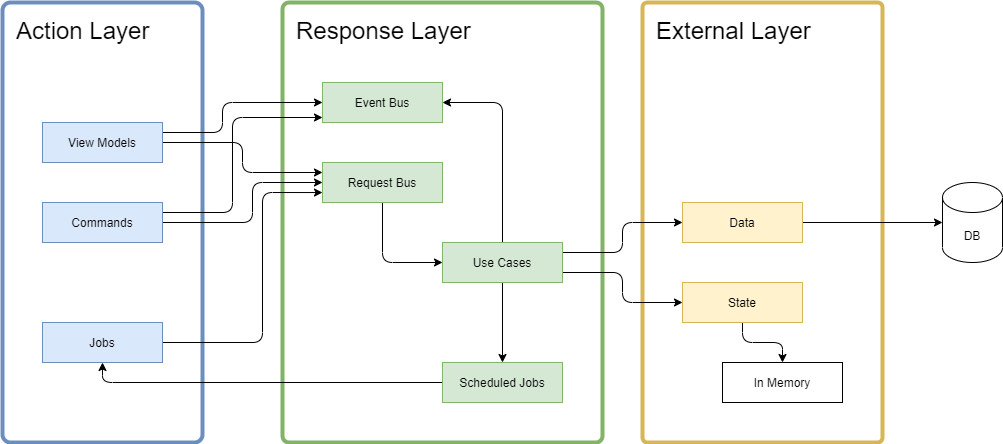
Before: documents/design.drawio.png, a diagram exported from draw.io (lastunicorn/active-time). Source tidied: cells renumbered, new cells last; positions are measured from the earlier drawing's top-left corner, leaving out a move shared by most shapes.
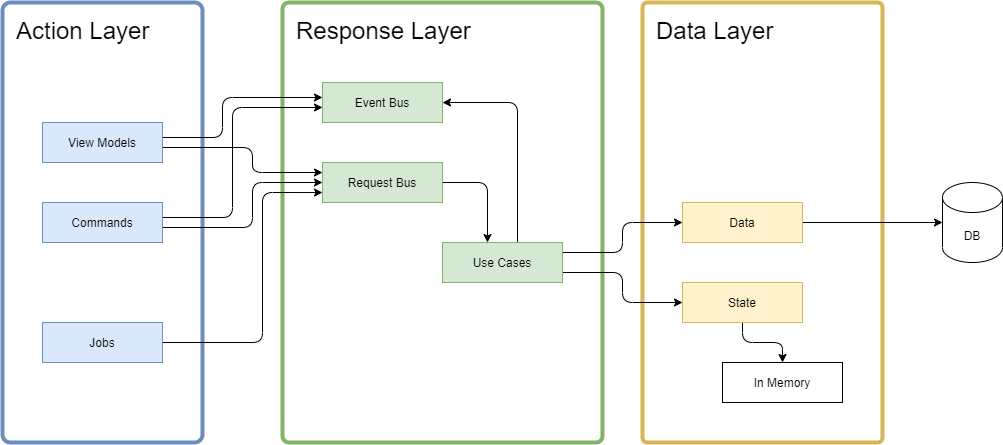
After the change.

Diff of the diagram source:
```diff
@@ -2,7 +2,7 @@
   <root>
     <mxCell id="0" />
     <mxCell id="1" parent="0" />
-    <mxCell id="2" value="External Layer" style="rounded=1;whiteSpace=wrap;html=1;strokeColor=#d6b656;strokeWidth=4;arcSize=2;fontSize=24;align=left;verticalAlign=top;spacingTop=8;spacingLeft=12;fillColor=none;" parent="1" vertex="1">
+    <mxCell id="2" value="Data Layer" style="rounded=1;whiteSpace=wrap;html=1;strokeColor=#d6b656;strokeWidth=4;arcSize=2;fontSize=24;align=left;verticalAlign=top;spacingTop=8;spacingLeft=12;fillColor=none;" parent="1" vertex="1">
       <mxGeometry x="640" width="240" height="440" as="geometry" />
     </mxCell>
     <mxCell id="3" value="Action Layer" style="rounded=1;whiteSpace=wrap;html=1;strokeColor=#6c8ebf;strokeWidth=4;arcSize=4;fontSize=24;align=left;verticalAlign=top;spacingTop=8;spacingLeft=12;fillColor=none;" parent="1" vertex="1">
@@ -11,18 +11,12 @@
     <mxCell id="4" value="Response Layer" style="rounded=1;whiteSpace=wrap;html=1;strokeColor=#82b366;fillColor=none;strokeWidth=4;arcSize=2;fontSize=24;align=left;verticalAlign=top;spacingTop=8;spacingLeft=12;" parent="1" vertex="1">
       <mxGeometry x="280" width="320" height="440" as="geometry" />
     </mxCell>
-    <mxCell id="5" style="edgeStyle=orthogonalEdgeStyle;rounded=1;jettySize=auto;html=1;exitX=0.5;exitY=1;exitDx=0;exitDy=0;entryX=0;entryY=0.5;entryDx=0;entryDy=0;" parent="1" edge="1" source="6" target="27">
+    <mxCell id="5" style="edgeStyle=orthogonalEdgeStyle;rounded=1;jettySize=auto;html=1;exitX=1;exitY=0.5;exitDx=0;exitDy=0;entryX=0.375;entryY=0;entryDx=0;entryDy=0;" parent="1" edge="1" source="6" target="27">
       <mxGeometry relative="1" as="geometry" />
     </mxCell>
     <mxCell id="6" value="Request Bus" style="rounded=0;whiteSpace=wrap;html=1;points=[&#10;[0,0],[0.125,0],[0.25,0],[0.375,0],[0.5,0],[0.625,0],[0.75,0],[0.875,0],&#10;[1,0],[1,0.125],[1,0.25],[1,0.375],[1,0.5],[1,0.625],[1,0.75],[1,0.875],&#10;[1,1],[0.875,1],[0.75,1],[0.625,1],[0.5,1],[0.375,1],[0.25,1],[0.125,1],&#10;[0,1],[0,0.875],[0,0.75],[0,0.625],[0,0.5],[0,0.375],[0,0.25],[0,0.125]&#10;];fillColor=#d5e8d4;strokeColor=#82b366;" parent="1" vertex="1">
       <mxGeometry x="320" y="160" width="120" height="40" as="geometry" />
     </mxCell>
-    <mxCell id="7" style="edgeStyle=orthogonalEdgeStyle;rounded=1;jettySize=auto;html=1;exitX=0;exitY=0.5;exitDx=0;exitDy=0;entryX=0.5;entryY=1;entryDx=0;entryDy=0;" parent="1" edge="1" source="8" target="19">
-      <mxGeometry relative="1" as="geometry" />
-    </mxCell>
-    <mxCell id="8" value="Scheduled Jobs" style="rounded=0;whiteSpace=wrap;html=1;points=[&#10;[0,0],[0.125,0],[0.25,0],[0.375,0],[0.5,0],[0.625,0],[0.75,0],[0.875,0],&#10;[1,0],[1,0.125],[1,0.25],[1,0.375],[1,0.5],[1,0.625],[1,0.75],[1,0.875],&#10;[1,1],[0.875,1],[0.75,1],[0.625,1],[0.5,1],[0.375,1],[0.25,1],[0.125,1],&#10;[0,1],[0,0.875],[0,0.75],[0,0.625],[0,0.5],[0,0.375],[0,0.25],[0,0.125]&#10;];fillColor=#d5e8d4;strokeColor=#82b366;" parent="1" vertex="1">
-      <mxGeometry x="440" y="360" width="120" height="40" as="geometry" />
-    </mxCell>
     <mxCell id="9" style="edgeStyle=orthogonalEdgeStyle;rounded=1;jettySize=auto;html=1;exitX=1;exitY=0.5;exitDx=0;exitDy=0;entryX=0;entryY=0.5;entryDx=0;entryDy=0;entryPerimeter=0;" parent="1" edge="1" source="10" target="28">
       <mxGeometry relative="1" as="geometry" />
     </mxCell>
@@ -38,19 +32,19 @@
     <mxCell id="13" value="In Memory" style="rounded=0;whiteSpace=wrap;html=1;points=[&#10;[0,0],[0.125,0],[0.25,0],[0.375,0],[0.5,0],[0.625,0],[0.75,0],[0.875,0],&#10;[1,0],[1,0.125],[1,0.25],[1,0.375],[1,0.5],[1,0.625],[1,0.75],[1,0.875],&#10;[1,1],[0.875,1],[0.75,1],[0.625,1],[0.5,1],[0.375,1],[0.25,1],[0.125,1],&#10;[0,1],[0,0.875],[0,0.75],[0,0.625],[0,0.5],[0,0.375],[0,0.25],[0,0.125]&#10;];" parent="1" vertex="1">
       <mxGeometry x="720" y="360" width="120" height="40" as="geometry" />
     </mxCell>
-    <mxCell id="14" style="edgeStyle=orthogonalEdgeStyle;rounded=1;jettySize=auto;html=1;exitX=1;exitY=0.25;exitDx=0;exitDy=0;entryX=0;entryY=0.5;entryDx=0;entryDy=0;" parent="1" edge="1" source="16" target="17">
+    <mxCell id="14" style="edgeStyle=orthogonalEdgeStyle;rounded=1;jettySize=auto;html=1;exitX=1;exitY=0.375;exitDx=0;exitDy=0;entryX=0;entryY=0.375;entryDx=0;entryDy=0;" parent="1" edge="1" source="16" target="17">
       <mxGeometry relative="1" as="geometry">
         <Array as="points">
-          <mxPoint x="220" y="130" />
-          <mxPoint x="220" y="100" />
+          <mxPoint x="220" y="135" />
+          <mxPoint x="220" y="95" />
         </Array>
       </mxGeometry>
     </mxCell>
-    <mxCell id="15" style="edgeStyle=orthogonalEdgeStyle;rounded=1;jettySize=auto;html=1;exitX=1;exitY=0.5;exitDx=0;exitDy=0;entryX=0;entryY=0.25;entryDx=0;entryDy=0;" parent="1" edge="1" source="16" target="6">
+    <mxCell id="15" style="edgeStyle=orthogonalEdgeStyle;rounded=1;jettySize=auto;html=1;exitX=1;exitY=0.625;exitDx=0;exitDy=0;entryX=0;entryY=0.25;entryDx=0;entryDy=0;" parent="1" edge="1" source="16" target="6">
       <mxGeometry relative="1" as="geometry">
         <Array as="points">
-          <mxPoint x="240" y="140.1" />
-          <mxPoint x="240" y="170.1" />
+          <mxPoint x="250" y="145" />
+          <mxPoint x="250" y="170" />
         </Array>
       </mxGeometry>
     </mxCell>
@@ -71,31 +65,28 @@
     <mxCell id="19" value="Jobs" style="rounded=0;whiteSpace=wrap;html=1;points=[&#10;[0,0],[0.125,0],[0.25,0],[0.375,0],[0.5,0],[0.625,0],[0.75,0],[0.875,0],&#10;[1,0],[1,0.125],[1,0.25],[1,0.375],[1,0.5],[1,0.625],[1,0.75],[1,0.875],&#10;[1,1],[0.875,1],[0.75,1],[0.625,1],[0.5,1],[0.375,1],[0.25,1],[0.125,1],&#10;[0,1],[0,0.875],[0,0.75],[0,0.625],[0,0.5],[0,0.375],[0,0.25],[0,0.125]&#10;];fillColor=#dae8fc;strokeColor=#6c8ebf;" parent="1" vertex="1">
       <mxGeometry x="40" y="320" width="120" height="40" as="geometry" />
     </mxCell>
-    <mxCell id="20" style="edgeStyle=orthogonalEdgeStyle;rounded=1;jettySize=auto;html=1;exitX=1;exitY=0.5;exitDx=0;exitDy=0;entryX=0;entryY=0.5;entryDx=0;entryDy=0;" parent="1" edge="1" source="22" target="6">
+    <mxCell id="20" style="edgeStyle=orthogonalEdgeStyle;rounded=1;jettySize=auto;html=1;exitX=1;exitY=0.625;exitDx=0;exitDy=0;entryX=0;entryY=0.5;entryDx=0;entryDy=0;" parent="1" edge="1" source="22" target="6">
       <mxGeometry relative="1" as="geometry">
         <Array as="points">
-          <mxPoint x="250" y="220.1" />
-          <mxPoint x="250" y="180.1" />
+          <mxPoint x="250" y="225" />
+          <mxPoint x="250" y="180" />
         </Array>
       </mxGeometry>
     </mxCell>
-    <mxCell id="21" style="edgeStyle=orthogonalEdgeStyle;rounded=1;jettySize=auto;html=1;exitX=1;exitY=0.25;exitDx=0;exitDy=0;entryX=0;entryY=0.875;entryDx=0;entryDy=0;fontSize=24;" parent="1" edge="1" source="22" target="17">
+    <mxCell id="21" style="edgeStyle=orthogonalEdgeStyle;rounded=1;jettySize=auto;html=1;exitX=1;exitY=0.375;exitDx=0;exitDy=0;entryX=0;entryY=0.625;entryDx=0;entryDy=0;fontSize=24;" parent="1" edge="1" source="22" target="17">
       <mxGeometry relative="1" as="geometry">
         <Array as="points">
-          <mxPoint x="230" y="210" />
-          <mxPoint x="230" y="115" />
+          <mxPoint x="230" y="215" />
+          <mxPoint x="230" y="105" />
         </Array>
       </mxGeometry>
     </mxCell>
     <mxCell id="22" value="Commands" style="rounded=0;whiteSpace=wrap;html=1;points=[&#10;[0,0],[0.125,0],[0.25,0],[0.375,0],[0.5,0],[0.625,0],[0.75,0],[0.875,0],&#10;[1,0],[1,0.125],[1,0.25],[1,0.375],[1,0.5],[1,0.625],[1,0.75],[1,0.875],&#10;[1,1],[0.875,1],[0.75,1],[0.625,1],[0.5,1],[0.375,1],[0.25,1],[0.125,1],&#10;[0,1],[0,0.875],[0,0.75],[0,0.625],[0,0.5],[0,0.375],[0,0.25],[0,0.125]&#10;];fillColor=#dae8fc;strokeColor=#6c8ebf;" parent="1" vertex="1">
       <mxGeometry x="40" y="200" width="120" height="40" as="geometry" />
     </mxCell>
-    <mxCell id="23" style="edgeStyle=orthogonalEdgeStyle;rounded=1;jettySize=auto;html=1;exitX=0.5;exitY=0;exitDx=0;exitDy=0;entryX=1;entryY=0.5;entryDx=0;entryDy=0;" parent="1" edge="1" source="27" target="17">
+    <mxCell id="23" style="edgeStyle=orthogonalEdgeStyle;rounded=1;jettySize=auto;html=1;exitX=0.625;exitY=0;exitDx=0;exitDy=0;entryX=1;entryY=0.5;entryDx=0;entryDy=0;" parent="1" edge="1" source="27" target="17">
       <mxGeometry relative="1" as="geometry" />
     </mxCell>
-    <mxCell id="24" style="edgeStyle=orthogonalEdgeStyle;rounded=1;jettySize=auto;html=1;exitX=0.5;exitY=1;exitDx=0;exitDy=0;entryX=0.5;entryY=0;entryDx=0;entryDy=0;" parent="1" edge="1" source="27" target="8">
-      <mxGeometry relative="1" as="geometry" />
-    </mxCell>
     <mxCell id="25" style="edgeStyle=orthogonalEdgeStyle;rounded=1;jettySize=auto;html=1;exitX=1;exitY=0.25;exitDx=0;exitDy=0;entryX=0;entryY=0.5;entryDx=0;entryDy=0;" parent="1" edge="1" source="27" target="10">
       <mxGeometry relative="1" as="geometry">
         <Array as="points">
```
